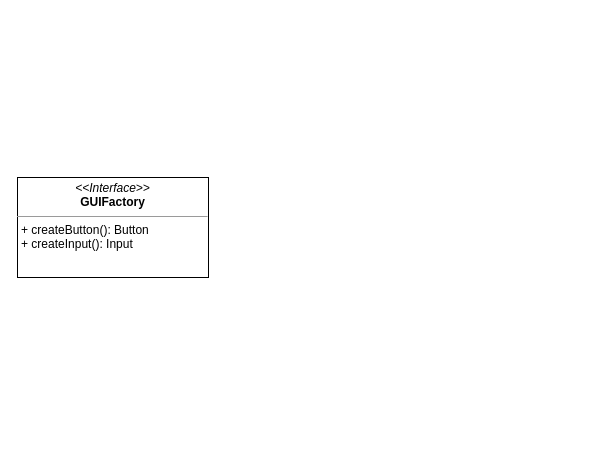
Above: Untitled Diagram.drawio in xiayulu/models (draw.io), before the change. Source tidied: cells renumbered, new cells numbered last; positions are measured from the earlier drawing's top-left corner, leaving out a move shared by most shapes. Both pictures are drawn from the tidied source at 100%, with x=0, y=0 at pixel (17, 177).
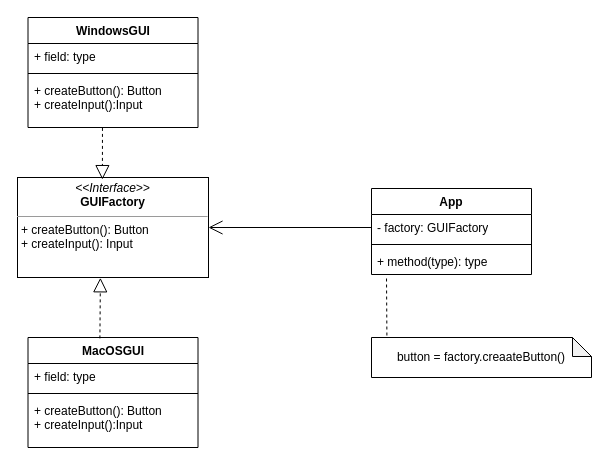
Above is the later version.

Unchanged cells that the change refers to:
```xml
<mxCell id="2" value="&lt;p style=&quot;margin:0px;margin-top:4px;text-align:center;&quot;&gt;&lt;i&gt;&amp;lt;&amp;lt;Interface&amp;gt;&amp;gt;&lt;/i&gt;&lt;br&gt;&lt;b&gt;GUIFactory&lt;/b&gt;&lt;/p&gt;&lt;hr size=&quot;1&quot;&gt;&lt;p style=&quot;margin:0px;margin-left:4px;&quot;&gt;+ createButton(): Button&lt;br&gt;+ createInput(): Input&lt;/p&gt;" style="verticalAlign=top;align=left;overflow=fill;fontSize=12;fontFamily=Helvetica;html=1;whiteSpace=wrap;" parent="1" vertex="1">
  <mxGeometry width="191" height="100" as="geometry" />
</mxCell>
```

Change to the diagram source:
```diff
@@
+    <mxCell id="3" value="WindowsGUI" style="swimlane;fontStyle=1;align=center;verticalAlign=top;horizontal=1;startSize=26;whiteSpace=wrap;html=1;" parent="1" vertex="1">
+      <mxGeometry x="10.5" y="-160" width="170" height="110" as="geometry" />
+    </mxCell>
+    <mxCell id="4" value="+ field: type" style="text;strokeColor=none;fillColor=none;align=left;verticalAlign=top;spacingLeft=4;spacingRight=4;overflow=hidden;whiteSpace=wrap;html=1;" parent="3" vertex="1">
+      <mxGeometry y="26" width="170" height="26" as="geometry" />
+    </mxCell>
+    <mxCell id="5" style="line;strokeWidth=1;fillColor=none;align=left;verticalAlign=middle;spacingTop=-1;spacingLeft=3;spacingRight=3;labelPosition=right;strokeColor=inherit;" parent="3" vertex="1">
+      <mxGeometry y="52" width="170" height="8" as="geometry" />
+    </mxCell>
+    <mxCell id="6" value="+ createButton(): Button&lt;br&gt;+ createInput():Input" style="text;strokeColor=none;fillColor=none;align=left;verticalAlign=top;spacingLeft=4;spacingRight=4;overflow=hidden;points=[[0,0.5],[1,0.5]];portConstraint=eastwest;whiteSpace=wrap;html=1;" parent="3" vertex="1">
+      <mxGeometry y="60" width="170" height="50" as="geometry" />
+    </mxCell>
+    <mxCell id="7" value="MacOSGUI" style="swimlane;fontStyle=1;align=center;verticalAlign=top;horizontal=1;startSize=26;whiteSpace=wrap;html=1;" parent="1" vertex="1">
+      <mxGeometry x="10.5" y="160" width="170" height="110" as="geometry" />
+    </mxCell>
+    <mxCell id="8" value="+ field: type" style="text;strokeColor=none;fillColor=none;align=left;verticalAlign=top;spacingLeft=4;spacingRight=4;overflow=hidden;whiteSpace=wrap;html=1;" parent="7" vertex="1">
+      <mxGeometry y="26" width="170" height="26" as="geometry" />
+    </mxCell>
+    <mxCell id="9" style="line;strokeWidth=1;fillColor=none;align=left;verticalAlign=middle;spacingTop=-1;spacingLeft=3;spacingRight=3;labelPosition=right;strokeColor=inherit;" parent="7" vertex="1">
+      <mxGeometry y="52" width="170" height="8" as="geometry" />
+    </mxCell>
+    <mxCell id="10" value="+ createButton(): Button&lt;br&gt;+ createInput():Input" style="text;strokeColor=none;fillColor=none;align=left;verticalAlign=top;spacingLeft=4;spacingRight=4;overflow=hidden;whiteSpace=wrap;html=1;" parent="7" vertex="1">
+      <mxGeometry y="60" width="170" height="50" as="geometry" />
+    </mxCell>
+    <mxCell id="11" value="App" style="swimlane;fontStyle=1;align=center;verticalAlign=top;horizontal=1;startSize=26;whiteSpace=wrap;html=1;" parent="1" vertex="1">
+      <mxGeometry x="354" y="11" width="160" height="86" as="geometry" />
+    </mxCell>
+    <mxCell id="12" value="- factory: GUIFactory" style="text;strokeColor=none;fillColor=none;align=left;verticalAlign=top;spacingLeft=4;spacingRight=4;overflow=hidden;points=[[0,0.5],[1,0.5]];portConstraint=eastwest;whiteSpace=wrap;html=1;" parent="11" vertex="1">
+      <mxGeometry y="26" width="160" height="26" as="geometry" />
+    </mxCell>
+    <mxCell id="13" style="line;strokeWidth=1;fillColor=none;align=left;verticalAlign=middle;spacingTop=-1;spacingLeft=3;spacingRight=3;labelPosition=right;strokeColor=inherit;" parent="11" vertex="1">
+      <mxGeometry y="52" width="160" height="8" as="geometry" />
+    </mxCell>
+    <mxCell id="14" value="+ method(type): type" style="text;strokeColor=none;fillColor=none;align=left;verticalAlign=top;spacingLeft=4;spacingRight=4;overflow=hidden;whiteSpace=wrap;html=1;" parent="11" vertex="1">
+      <mxGeometry y="60" width="160" height="26" as="geometry" />
+    </mxCell>
+    <mxCell id="15" value="button = factory.creaateButton()" style="shape=note;whiteSpace=wrap;html=1;backgroundOutline=1;darkOpacity=0.05;size=19;" parent="1" vertex="1">
+      <mxGeometry x="354" y="160" width="220" height="40" as="geometry" />
+    </mxCell>
+    <mxCell id="16" style="endArrow=none;dashed=1;html=1;rounded=0;exitX=0.07;exitY=-0.051;exitDx=0;exitDy=0;exitPerimeter=0;" parent="1" edge="1">
+      <mxGeometry relative="1" as="geometry">
+        <mxPoint x="369.4" y="158" as="sourcePoint" />
+        <mxPoint x="369" y="98" as="targetPoint" />
+      </mxGeometry>
+    </mxCell>
+    <mxCell id="17" style="endArrow=open;endFill=1;endSize=12;html=1;rounded=0;exitX=0;exitY=0.5;exitDx=0;exitDy=0;entryX=1;entryY=0.5;entryDx=0;entryDy=0;" parent="1" edge="1" source="12" target="2">
+      <mxGeometry relative="1" as="geometry" />
+    </mxCell>
+    <mxCell id="18" style="endArrow=block;dashed=1;endFill=0;endSize=12;html=1;rounded=0;exitX=0.438;exitY=1.008;exitDx=0;exitDy=0;exitPerimeter=0;entryX=0.434;entryY=0.021;entryDx=0;entryDy=0;entryPerimeter=0;" parent="1" edge="1" source="6">
+      <mxGeometry relative="1" as="geometry">
+        <mxPoint x="84.9" y="2.1" as="targetPoint" />
+      </mxGeometry>
+    </mxCell>
+    <mxCell id="19" style="endArrow=block;dashed=1;endFill=0;endSize=12;html=1;rounded=0;exitX=0.423;exitY=0.008;exitDx=0;exitDy=0;exitPerimeter=0;entryX=0.434;entryY=1.003;entryDx=0;entryDy=0;entryPerimeter=0;" parent="1" edge="1" source="7" target="2">
+      <mxGeometry relative="1" as="geometry" />
+    </mxCell>
```
